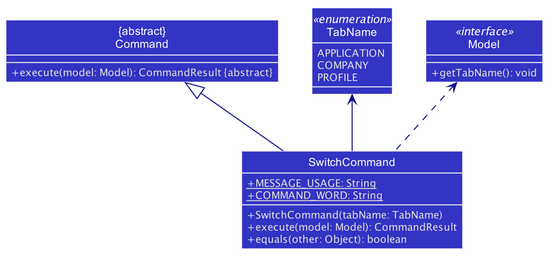
Before: docs/images/SwitchCommandClassDiagram.png, a diagram exported from PlantUML (shawn-nyk/tp). The source it was exported from:
```plantuml
@startuml








skinparam BackgroundColor #FFFFFFF

skinparam Shadowing false

skinparam Class {
    FontColor #FFFFFF
    BorderThickness 1
    BorderColor #FFFFFF
    StereotypeFontColor #FFFFFF
    FontName Arial
}

skinparam Actor {
    BorderColor #000000
    Color #000000
    FontName Arial
}

skinparam Sequence {
    MessageAlign center
    BoxFontSize 15
    BoxPadding 0
    BoxFontColor #FFFFFF
    FontName Arial
}

skinparam Participant {
    FontColor #FFFFFFF
    Padding 20
}

skinparam MinClassWidth 50
skinparam ParticipantPadding 10
skinparam Shadowing false
skinparam DefaultTextAlignment center
skinparam packageStyle Rectangle

hide footbox
hide circle

skinparam classAttributeIconSize 0
skinparam arrowThickness 1.1
skinparam arrowColor #101086
skinparam classBackgroundColor #3333C4
skinparam defaultFontColor #DDDDDD

class SwitchCommand {
    {static} +MESSAGE_USAGE: String
    {static} +COMMAND_WORD: String
    +SwitchCommand(tabName: TabName)
    +execute(model: Model): CommandResult
    +equals(other: Object): boolean
}

class "&#123;abstract&#125;\nCommand" as Command {
    +execute(model: Model): CommandResult &#123;abstract&#125;
}

class TabName <<enumeration>> {
    APPLICATION
    COMPANY
    PROFILE
}

class Model <<interface>> {
    +getTabName(): void
}

TabName <-- SwitchCommand
Command <|-- SwitchCommand
Model <.. SwitchCommand

@enduml
```
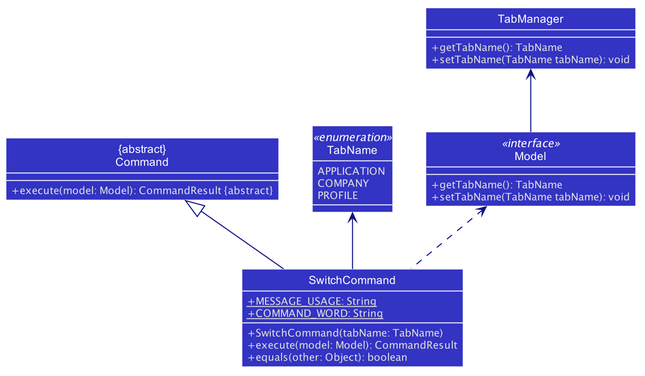
The same file after the commit.

Change to the diagram source:
```diff
@@ -10,6 +10,8 @@
 skinparam BackgroundColor #FFFFFFF
 
 skinparam Shadowing false
+
+skinparam classAttributeIconSize 0
 
 skinparam Class {
     FontColor #FFFFFF
@@ -72,11 +74,18 @@
 }
 
 class Model <<interface>> {
-    +getTabName(): void
+    +getTabName(): TabName
+    +setTabName(TabName tabName): void
+}
+
+class TabManager {
+    +getTabName(): TabName
+    +setTabName(TabName tabName): void
 }
 
 TabName <-- SwitchCommand
 Command <|-- SwitchCommand
 Model <.. SwitchCommand
+TabManager <-- Model
 
 @enduml
```
